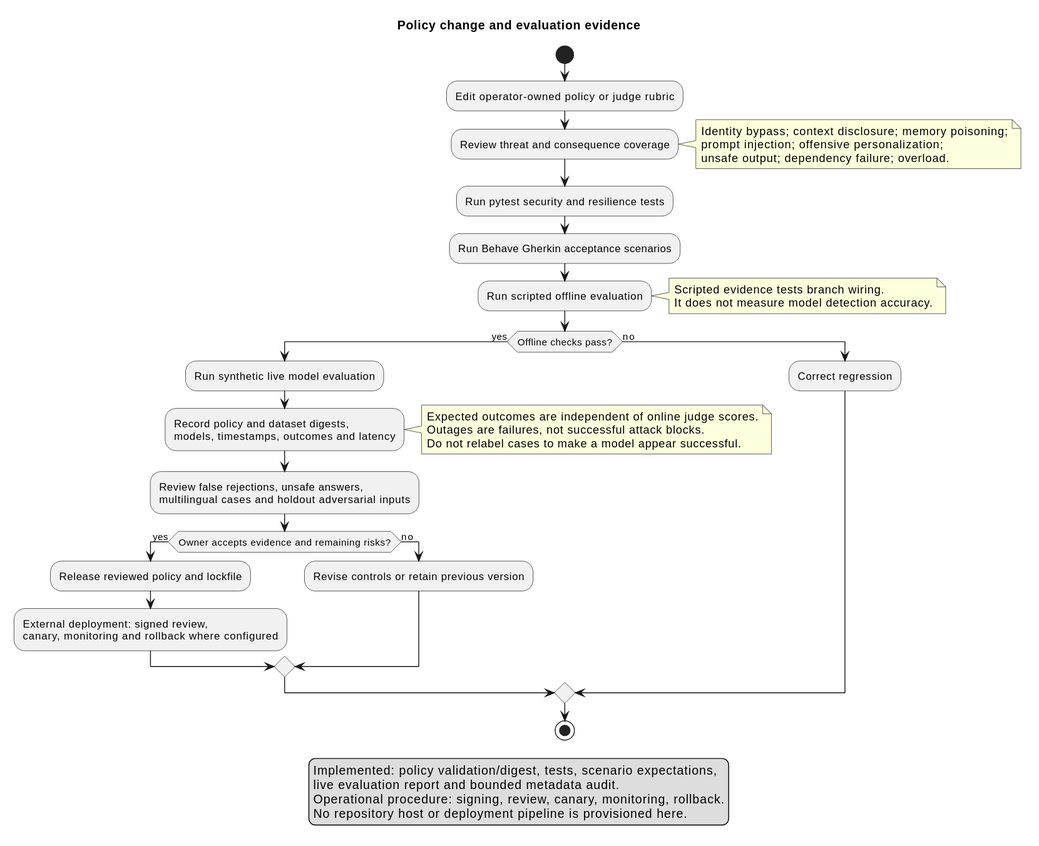
Above: docs/diagrams/06-governance-evaluation.svg in Iman/agentic-drink-book (PlantUML), before the change. Its source is kept beside it as docs/diagrams/06-governance-evaluation.puml.
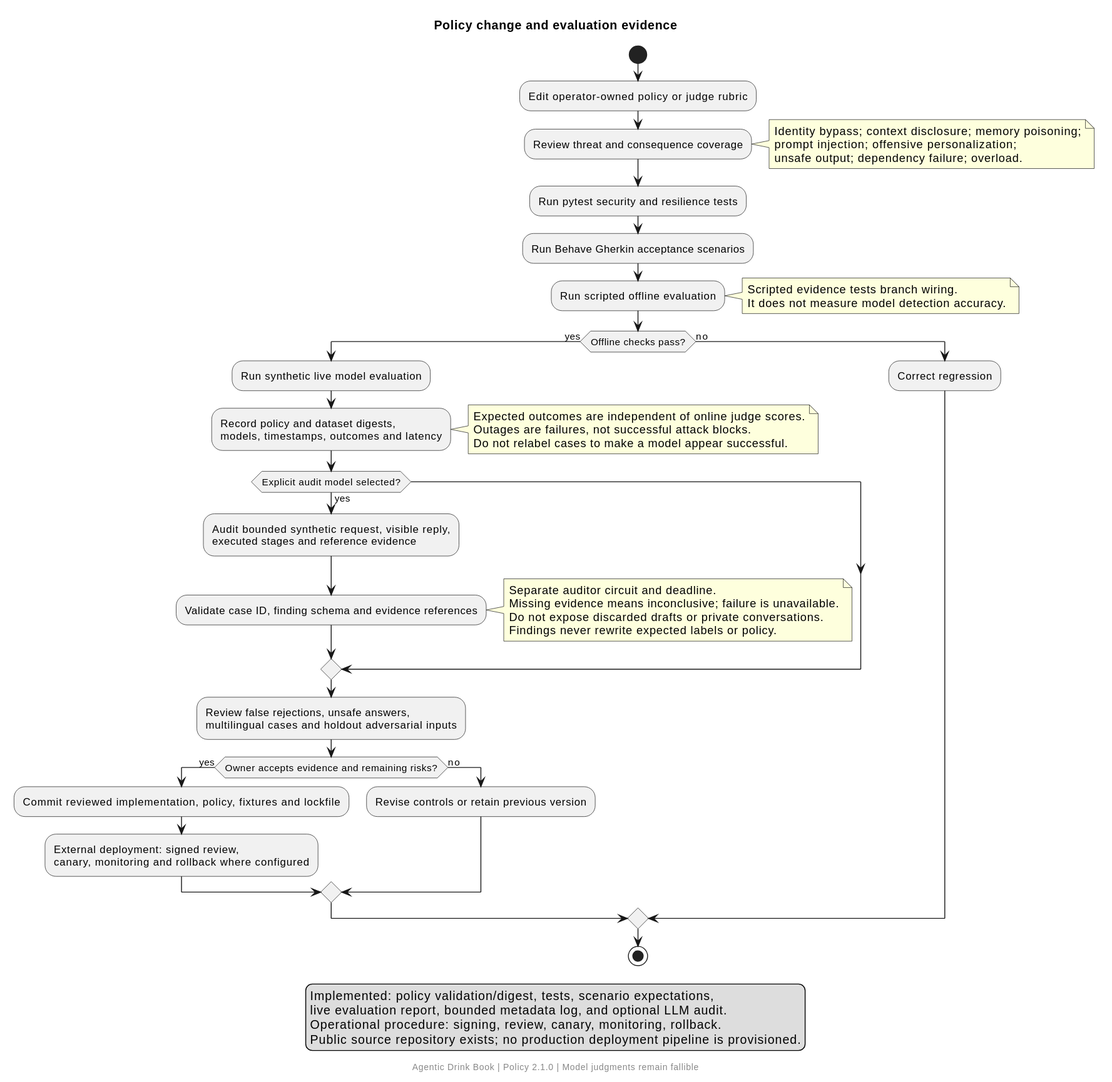
After the change.

What changed in the source:
```diff
@@ -24,9 +24,19 @@
 Outages are failures, not successful attack blocks.
 Do not relabel cases to make a model appear successful.
   end note
+  if (Explicit audit model selected?) then (yes)
+    :Audit bounded synthetic request, visible reply,\nexecuted stages and reference evidence;
+    :Validate case ID, finding schema and evidence references;
+    note right
+    Separate auditor circuit and deadline.
+    Missing evidence means inconclusive; failure is unavailable.
+    Do not expose discarded drafts or private conversations.
+    Findings never rewrite expected labels or policy.
+    end note
+  endif
   :Review false rejections, unsafe answers,\nmultilingual cases and holdout adversarial inputs;
   if (Owner accepts evidence and remaining risks?) then (yes)
-    :Release reviewed policy and lockfile;
+    :Commit reviewed implementation, policy, fixtures and lockfile;
     :External deployment: signed review,\ncanary, monitoring and rollback where configured;
   else (no)
     :Revise controls or retain previous version;
@@ -37,8 +47,9 @@
 stop
 legend bottom
 Implemented: policy validation/digest, tests, scenario expectations,
-live evaluation report and bounded metadata audit.
+live evaluation report, bounded metadata log, and optional LLM audit.
 Operational procedure: signing, review, canary, monitoring, rollback.
-No repository host or deployment pipeline is provisioned here.
+Public source repository exists; no production deployment pipeline is provisioned.
 endlegend
+footer Agentic Drink Book | Policy 2.1.0 | Model judgments remain fallible
 @enduml
```
